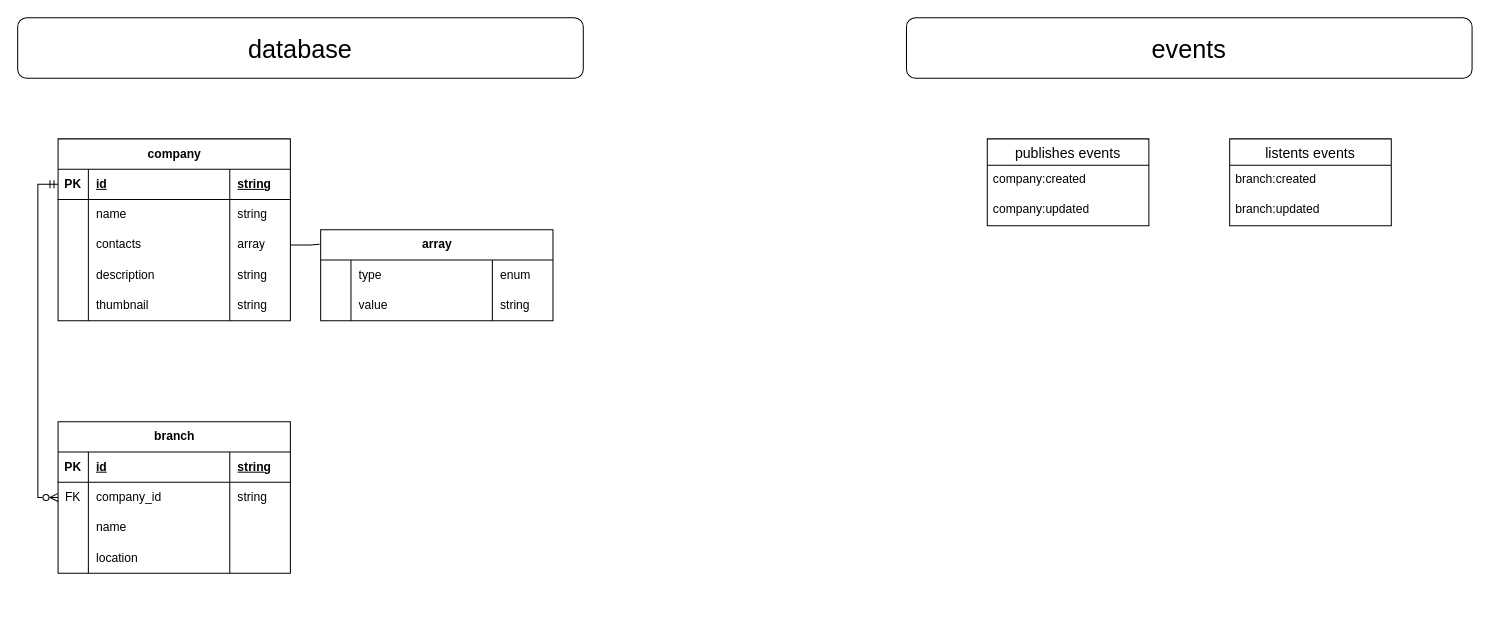
Earlier version of the draw.io diagram page "company" (4 of 9) of app.drawio (ernurQ/eat-web-diagrams). Source tidied: cells renumbered, new cells numbered last; positions are measured from the earlier drawing's top-left corner, leaving out a move shared by most shapes. Both pictures are drawn from the tidied source at 101%, with x=0, y=0 at pixel (17, 17).
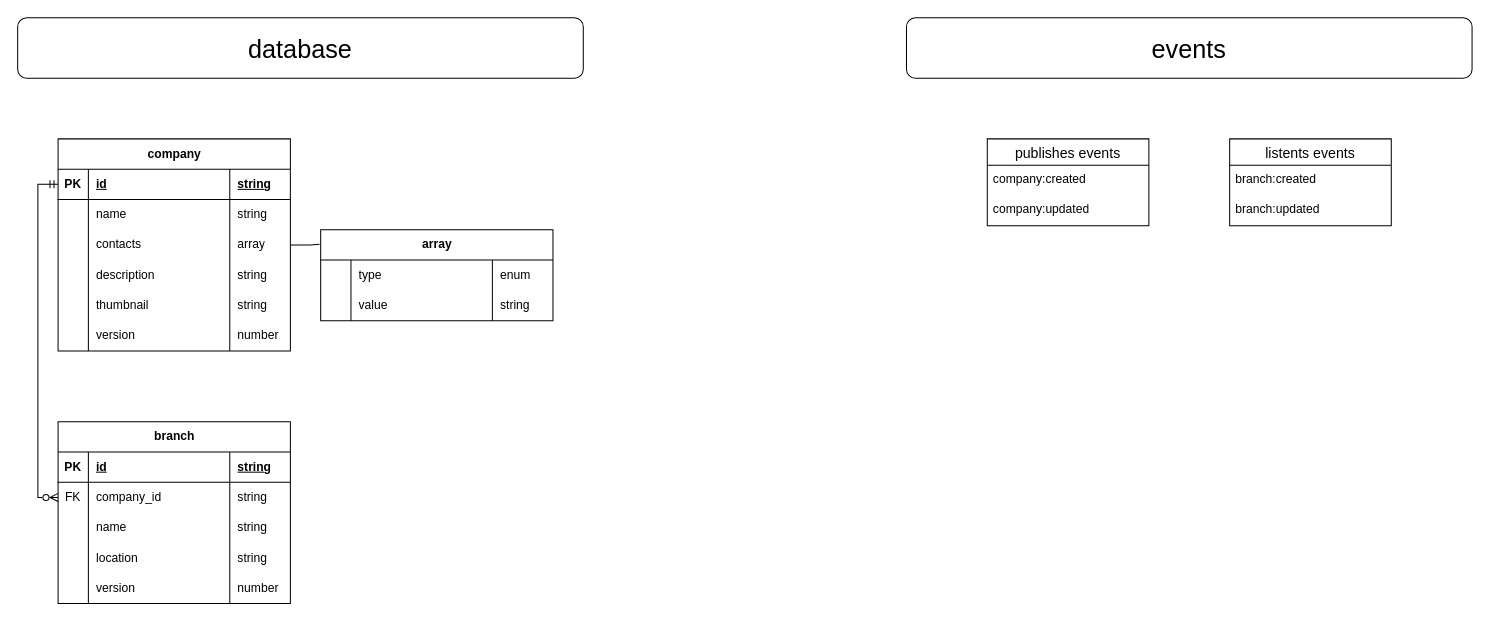
The same diagram, later.

The change refers to these unchanged cells:
```xml
<mxCell id="42" style="shape=tableRow;horizontal=0;startSize=0;swimlaneHead=0;swimlaneBody=0;fillColor=none;top=0;left=0;right=0;bottom=0;" parent="33" vertex="1">
  <mxGeometry y="90" width="230" height="30" as="geometry" />
</mxCell>
<mxCell id="46" style="shape=tableRow;horizontal=0;startSize=0;swimlaneHead=0;swimlaneBody=0;fillColor=none;top=0;left=0;right=0;bottom=0;" parent="33" vertex="1">
  <mxGeometry y="120" width="230" height="30" as="geometry" />
</mxCell>
```

The edit, as a diff of the source:
```diff
@@
     <mxCell id="2" value="company" style="shape=table;startSize=30;childLayout=tableLayout;rowLines=0;fontStyle=1;align=center;html=1;" parent="1" vertex="1">
-      <mxGeometry x="40" y="120" width="230" height="180" as="geometry" />
+      <mxGeometry x="40" y="120" width="230" height="210" as="geometry" />
     </mxCell>
@@
+    <mxCell id="59" style="shape=tableRow;horizontal=0;startSize=0;swimlaneHead=0;swimlaneBody=0;fillColor=none;top=0;left=0;right=0;bottom=0;" parent="2" vertex="1">
+      <mxGeometry y="180" width="230" height="30" as="geometry" />
+    </mxCell>
+    <mxCell id="60" style="shape=partialRectangle;fillColor=none;top=0;left=0;bottom=0;right=0;overflow=hidden;whiteSpace=wrap;html=1;" parent="59" vertex="1">
+      <mxGeometry width="30" height="30" as="geometry" />
+    </mxCell>
+    <mxCell id="61" value="version" style="shape=partialRectangle;fillColor=none;top=0;left=0;bottom=0;right=0;align=left;spacingLeft=6;overflow=hidden;whiteSpace=wrap;html=1;" parent="59" vertex="1">
+      <mxGeometry x="30" width="140" height="30" as="geometry" />
+    </mxCell>
+    <mxCell id="62" value="number" style="shape=partialRectangle;fillColor=none;top=0;left=0;bottom=0;right=0;align=left;spacingLeft=6;overflow=hidden;whiteSpace=wrap;html=1;" parent="59" vertex="1">
+      <mxGeometry x="170" width="60" height="30" as="geometry" />
+    </mxCell>
@@
     <mxCell id="33" value="branch" style="shape=table;startSize=30;childLayout=tableLayout;rowLines=0;fontStyle=1;align=center;html=1;" parent="1" vertex="1">
-      <mxGeometry x="40" y="400" width="230" height="150" as="geometry" />
+      <mxGeometry x="40" y="400" width="230" height="180" as="geometry" />
     </mxCell>
@@
-    <mxCell id="45" style="shape=partialRectangle;fillColor=none;top=0;left=0;bottom=0;right=0;align=left;spacingLeft=6;overflow=hidden;whiteSpace=wrap;html=1;" parent="42" vertex="1">
+    <mxCell id="45" value="string" style="shape=partialRectangle;fillColor=none;top=0;left=0;bottom=0;right=0;align=left;spacingLeft=6;overflow=hidden;whiteSpace=wrap;html=1;" parent="42" vertex="1">
       <mxGeometry x="170" width="60" height="30" as="geometry" />
     </mxCell>
@@
-    <mxCell id="49" style="shape=partialRectangle;fillColor=none;top=0;left=0;bottom=0;right=0;align=left;spacingLeft=6;overflow=hidden;whiteSpace=wrap;html=1;" parent="46" vertex="1">
+    <mxCell id="49" value="string" style="shape=partialRectangle;fillColor=none;top=0;left=0;bottom=0;right=0;align=left;spacingLeft=6;overflow=hidden;whiteSpace=wrap;html=1;" parent="46" vertex="1">
       <mxGeometry x="170" width="60" height="30" as="geometry" />
     </mxCell>
+    <mxCell id="63" style="shape=tableRow;horizontal=0;startSize=0;swimlaneHead=0;swimlaneBody=0;fillColor=none;top=0;left=0;right=0;bottom=0;" parent="33" vertex="1">
+      <mxGeometry y="150" width="230" height="30" as="geometry" />
+    </mxCell>
+    <mxCell id="64" style="shape=partialRectangle;fillColor=none;top=0;left=0;bottom=0;right=0;overflow=hidden;whiteSpace=wrap;html=1;" parent="63" vertex="1">
+      <mxGeometry width="30" height="30" as="geometry" />
+    </mxCell>
+    <mxCell id="65" value="version" style="shape=partialRectangle;fillColor=none;top=0;left=0;bottom=0;right=0;align=left;spacingLeft=6;overflow=hidden;whiteSpace=wrap;html=1;" parent="63" vertex="1">
+      <mxGeometry x="30" width="140" height="30" as="geometry" />
+    </mxCell>
+    <mxCell id="66" value="number" style="shape=partialRectangle;fillColor=none;top=0;left=0;bottom=0;right=0;align=left;spacingLeft=6;overflow=hidden;whiteSpace=wrap;html=1;" parent="63" vertex="1">
+      <mxGeometry x="170" width="60" height="30" as="geometry" />
+    </mxCell>
```
